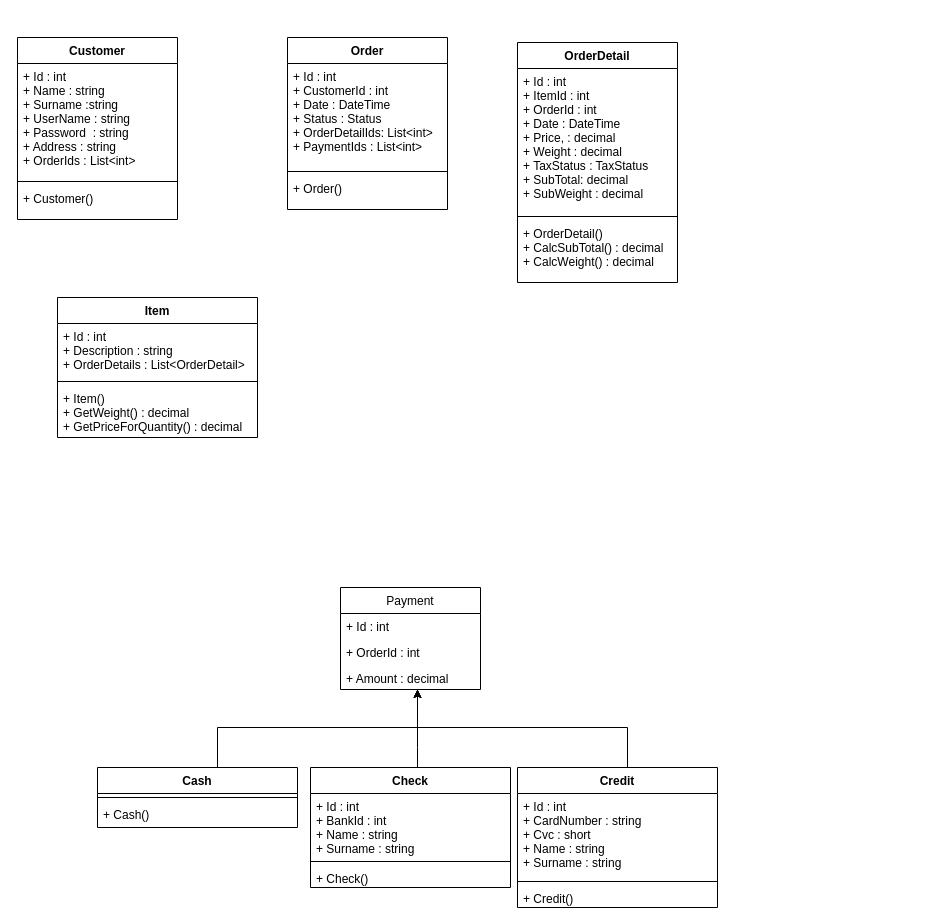
The draw.io diagram SiparisOtomasyonuDiagram.drawio in AliYildizoz909/SiparisOtomasyonu, before the edit. Source tidied: cells renumbered, new cells numbered last; positions are measured from the earlier drawing's top-left corner, leaving out a move shared by most shapes. Both pictures are drawn from the tidied source at 100%, with x=0, y=0 at pixel (17, 37).
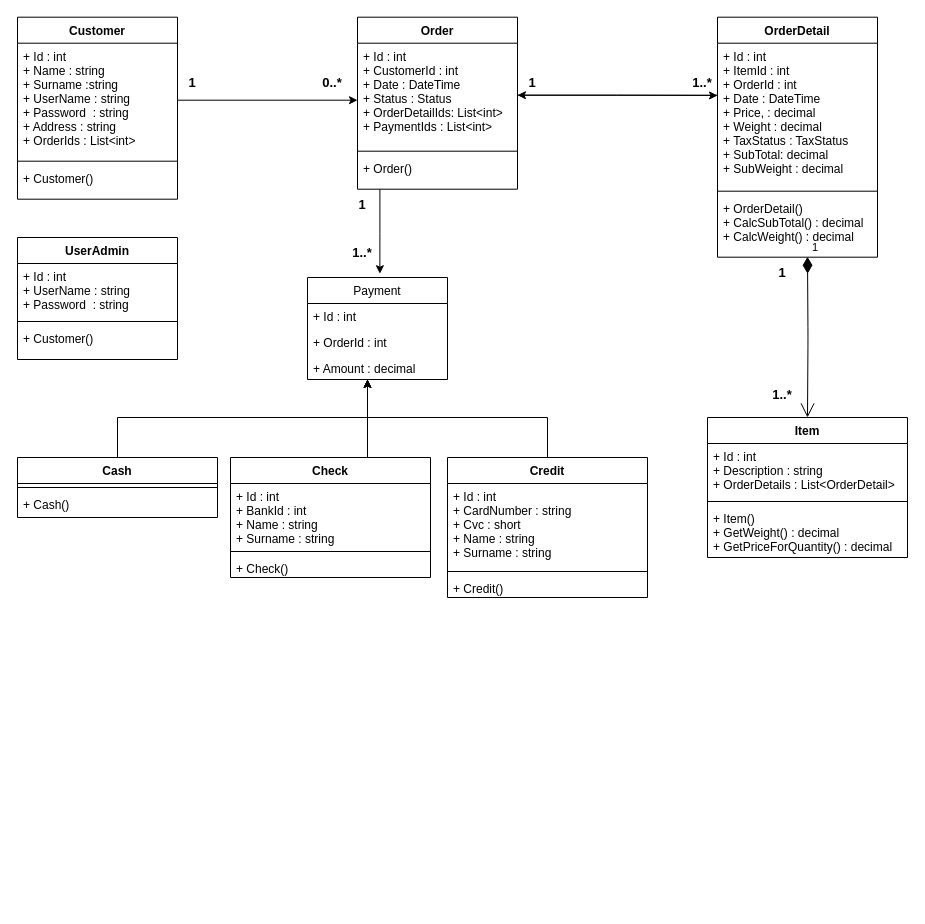
Above is the later version.

The change refers to these unchanged cells:
```xml
<mxCell id="3" value="+ Id : int&#10;+ Name : string&#10;+ Surname :string&#10;+ UserName : string&#10;+ Password  : string&#10;+ Address : string&#10;+ OrderIds : List&lt;int&gt;" style="text;strokeColor=none;fillColor=none;align=left;verticalAlign=top;spacingLeft=4;spacingRight=4;overflow=hidden;points=[[0,0.5],[1,0.5]];portConstraint=eastwest;" parent="2" vertex="1">
  <mxGeometry y="26" width="160" height="114" as="geometry" />
</mxCell>
<mxCell id="8" value="+ Id : int&#10;+ CustomerId : int&#10;+ Date : DateTime&#10;+ Status : Status&#10;+ OrderDetailIds: List&lt;int&gt;&#10;+ PaymentIds : List&lt;int&gt;" style="text;strokeColor=none;fillColor=none;align=left;verticalAlign=top;spacingLeft=4;spacingRight=4;overflow=hidden;points=[[0,0.5],[1,0.5]];portConstraint=eastwest;" parent="7" vertex="1">
  <mxGeometry y="26" width="160" height="104" as="geometry" />
</mxCell>
<mxCell id="13" value="+ Id : int&#10;+ ItemId : int&#10;+ OrderId : int&#10;+ Date : DateTime&#10;+ Price, : decimal&#10;+ Weight : decimal&#10;+ TaxStatus : TaxStatus&#10;+ SubTotal: decimal&#10;+ SubWeight : decimal" style="text;strokeColor=none;fillColor=none;align=left;verticalAlign=top;spacingLeft=4;spacingRight=4;overflow=hidden;points=[[0,0.5],[1,0.5]];portConstraint=eastwest;" parent="12" vertex="1">
  <mxGeometry y="26" width="160" height="144" as="geometry" />
</mxCell>
```

What changed in the source:
```diff
@@
     <mxCell id="2" value="Customer" style="swimlane;fontStyle=1;align=center;verticalAlign=top;horizontal=1;startSize=26;" parent="1" vertex="1">
-      <mxGeometry width="160" height="182" as="geometry" />
+      <mxGeometry y="-20.3" width="160" height="182" as="geometry" />
     </mxCell>
@@
+    <mxCell id="39" style="edgeStyle=orthogonalEdgeStyle;rounded=0;jettySize=auto;html=1;entryX=0.517;entryY=-0.037;entryDx=0;entryDy=0;entryPerimeter=0;" parent="1" edge="1" source="7" target="21">
+      <mxGeometry relative="1" as="geometry">
+        <Array as="points">
+          <mxPoint x="362" y="196" />
+        </Array>
+      </mxGeometry>
+    </mxCell>
     <mxCell id="7" value="Order" style="swimlane;fontStyle=1;align=center;verticalAlign=top;horizontal=1;startSize=26;" parent="1" vertex="1">
-      <mxGeometry x="270" width="160" height="172" as="geometry" />
+      <mxGeometry x="340" y="-20.3" width="160" height="172" as="geometry" />
     </mxCell>
@@
     <mxCell id="12" value="OrderDetail" style="swimlane;fontStyle=1;align=center;verticalAlign=top;horizontal=1;startSize=26;" parent="1" vertex="1">
-      <mxGeometry x="500" y="5" width="160" height="240" as="geometry" />
+      <mxGeometry x="700" y="-20.3" width="160" height="240" as="geometry" />
     </mxCell>
@@
-    <mxCell id="16" style="edgeStyle=orthogonalEdgeStyle;rounded=0;orthogonalLoop=1;jettySize=auto;html=1;exitX=1;exitY=0.5;exitDx=0;exitDy=0;" parent="12" edge="1" source="13" target="13">
-      <mxGeometry relative="1" as="geometry" />
-    </mxCell>
     <mxCell id="17" value="Item" style="swimlane;fontStyle=1;align=center;verticalAlign=top;horizontal=1;startSize=26;" parent="1" vertex="1">
-      <mxGeometry x="40" y="260" width="200" height="140" as="geometry" />
+      <mxGeometry x="690" y="380" width="200" height="140" as="geometry" />
     </mxCell>
@@
     <mxCell id="21" value="Payment" style="swimlane;fontStyle=0;horizontal=1;startSize=26;fillColor=none;" parent="1" vertex="1">
-      <mxGeometry x="323" y="550" width="140" height="102" as="geometry" />
+      <mxGeometry x="290" y="240" width="140" height="102" as="geometry" />
     </mxCell>
@@
     <mxCell id="25" style="edgeStyle=orthogonalEdgeStyle;rounded=0;jettySize=auto;html=1;" parent="1" edge="1" source="26" target="21">
       <mxGeometry relative="1" as="geometry">
         <Array as="points">
-          <mxPoint x="200" y="690" />
-          <mxPoint x="400" y="690" />
+          <mxPoint x="100" y="380" />
+          <mxPoint x="350" y="380" />
         </Array>
       </mxGeometry>
     </mxCell>
     <mxCell id="26" value="Cash" style="swimlane;fontStyle=1;align=center;verticalAlign=top;horizontal=1;startSize=26;" parent="1" vertex="1">
-      <mxGeometry x="80" y="730" width="200" height="60" as="geometry" />
+      <mxGeometry y="420" width="200" height="60" as="geometry" />
     </mxCell>
@@
     <mxCell id="29" style="edgeStyle=orthogonalEdgeStyle;rounded=0;jettySize=auto;html=1;" parent="1" edge="1" source="30" target="21">
       <mxGeometry relative="1" as="geometry">
         <Array as="points">
-          <mxPoint x="400" y="710" />
-          <mxPoint x="400" y="710" />
+          <mxPoint x="350" y="360" />
+          <mxPoint x="350" y="360" />
         </Array>
       </mxGeometry>
     </mxCell>
     <mxCell id="30" value="Check" style="swimlane;fontStyle=1;align=center;verticalAlign=top;horizontal=1;startSize=26;" parent="1" vertex="1">
-      <mxGeometry x="293" y="730" width="200" height="120" as="geometry" />
+      <mxGeometry x="213" y="420" width="200" height="120" as="geometry" />
     </mxCell>
@@
     <mxCell id="34" style="edgeStyle=orthogonalEdgeStyle;rounded=0;jettySize=auto;html=1;" parent="1" edge="1" source="35" target="21">
       <mxGeometry relative="1" as="geometry">
         <Array as="points">
-          <mxPoint x="610" y="690" />
-          <mxPoint x="400" y="690" />
+          <mxPoint x="530" y="380" />
+          <mxPoint x="350" y="380" />
         </Array>
       </mxGeometry>
     </mxCell>
     <mxCell id="35" value="Credit" style="swimlane;fontStyle=1;align=center;verticalAlign=top;horizontal=1;startSize=26;" parent="1" vertex="1">
-      <mxGeometry x="500" y="730" width="200" height="140" as="geometry" />
+      <mxGeometry x="430" y="420" width="200" height="140" as="geometry" />
     </mxCell>
@@
+    <mxCell id="40" value="UserAdmin" style="swimlane;fontStyle=1;align=center;verticalAlign=top;horizontal=1;startSize=26;" parent="1" vertex="1">
+      <mxGeometry y="200" width="160" height="122" as="geometry" />
+    </mxCell>
+    <mxCell id="41" value="+ Id : int&#10;+ UserName : string&#10;+ Password  : string&#10;" style="text;strokeColor=none;fillColor=none;align=left;verticalAlign=top;spacingLeft=4;spacingRight=4;overflow=hidden;" parent="40" vertex="1">
+      <mxGeometry y="26" width="160" height="54" as="geometry" />
+    </mxCell>
+    <mxCell id="42" style="line;strokeWidth=1;fillColor=none;align=left;verticalAlign=middle;spacingTop=-1;spacingLeft=3;spacingRight=3;labelPosition=right;" parent="40" vertex="1">
+      <mxGeometry y="80" width="160" height="8" as="geometry" />
+    </mxCell>
+    <mxCell id="43" value="+ Customer()" style="text;strokeColor=none;fillColor=none;align=left;verticalAlign=top;spacingLeft=4;spacingRight=4;overflow=hidden;" parent="40" vertex="1">
+      <mxGeometry y="88" width="160" height="34" as="geometry" />
+    </mxCell>
+    <mxCell id="44" style="edgeStyle=orthogonalEdgeStyle;rounded=0;jettySize=auto;html=1;entryX=0;entryY=0.548;entryDx=0;entryDy=0;entryPerimeter=0;" parent="1" edge="1" source="3" target="8">
+      <mxGeometry relative="1" as="geometry" />
+    </mxCell>
+    <mxCell id="45" style="edgeStyle=orthogonalEdgeStyle;rounded=0;jettySize=auto;html=1;entryX=1;entryY=0.5;entryDx=0;entryDy=0;" parent="1" edge="1" source="13" target="8">
+      <mxGeometry relative="1" as="geometry">
+        <Array as="points">
+          <mxPoint x="600" y="58" />
+        </Array>
+      </mxGeometry>
+    </mxCell>
+    <mxCell id="46" value="&lt;b&gt;&lt;font style=&quot;font-size: 13px&quot;&gt;1&lt;/font&gt;&lt;/b&gt;" style="text;html=1;strokeColor=none;fillColor=none;align=center;verticalAlign=middle;whiteSpace=wrap;rounded=0;" parent="1" vertex="1">
+      <mxGeometry x="170" y="40" width="10" height="10" as="geometry" />
+    </mxCell>
+    <mxCell id="47" value="&lt;b&gt;&lt;font style=&quot;font-size: 13px&quot;&gt;0..*&lt;/font&gt;&lt;/b&gt;" style="text;html=1;strokeColor=none;fillColor=none;align=center;verticalAlign=middle;whiteSpace=wrap;rounded=0;" parent="1" vertex="1">
+      <mxGeometry x="310" y="40" width="10" height="10" as="geometry" />
+    </mxCell>
+    <mxCell id="48" value="&lt;b&gt;&lt;font style=&quot;font-size: 13px&quot;&gt;1&lt;/font&gt;&lt;/b&gt;" style="text;html=1;strokeColor=none;fillColor=none;align=center;verticalAlign=middle;whiteSpace=wrap;rounded=0;" parent="1" vertex="1">
+      <mxGeometry x="510" y="40" width="10" height="10" as="geometry" />
+    </mxCell>
+    <mxCell id="49" value="&lt;b&gt;&lt;font style=&quot;font-size: 13px&quot;&gt;1..*&lt;/font&gt;&lt;/b&gt;" style="text;html=1;strokeColor=none;fillColor=none;align=center;verticalAlign=middle;whiteSpace=wrap;rounded=0;" parent="1" vertex="1">
+      <mxGeometry x="680" y="40" width="10" height="10" as="geometry" />
+    </mxCell>
+    <mxCell id="50" style="edgeStyle=orthogonalEdgeStyle;rounded=0;jettySize=auto;html=1;" parent="1" edge="1" source="8">
+      <mxGeometry relative="1" as="geometry">
+        <mxPoint x="700" y="58" as="targetPoint" />
+      </mxGeometry>
+    </mxCell>
+    <mxCell id="51" value="&lt;b&gt;&lt;font style=&quot;font-size: 13px&quot;&gt;1&lt;/font&gt;&lt;/b&gt;" style="text;html=1;strokeColor=none;fillColor=none;align=center;verticalAlign=middle;whiteSpace=wrap;rounded=0;" parent="1" vertex="1">
+      <mxGeometry x="760" y="230" width="10" height="10" as="geometry" />
+    </mxCell>
+    <mxCell id="52" value="&lt;b&gt;&lt;font style=&quot;font-size: 13px&quot;&gt;1..*&lt;/font&gt;&lt;/b&gt;" style="text;html=1;strokeColor=none;fillColor=none;align=center;verticalAlign=middle;whiteSpace=wrap;rounded=0;" parent="1" vertex="1">
+      <mxGeometry x="760" y="352" width="10" height="10" as="geometry" />
+    </mxCell>
+    <mxCell id="53" value="1" style="endArrow=open;html=1;endSize=12;startArrow=diamondThin;startSize=14;startFill=1;edgeStyle=orthogonalEdgeStyle;align=left;verticalAlign=bottom;entryX=0.5;entryY=0;entryDx=0;entryDy=0;" parent="1" edge="1" target="17">
+      <mxGeometry x="-1" y="3" relative="1" as="geometry">
+        <mxPoint x="790" y="219.3" as="sourcePoint" />
+      </mxGeometry>
+    </mxCell>
+    <mxCell id="54" value="&lt;b&gt;&lt;font style=&quot;font-size: 13px&quot;&gt;1..*&lt;/font&gt;&lt;/b&gt;" style="text;html=1;strokeColor=none;fillColor=none;align=center;verticalAlign=middle;whiteSpace=wrap;rounded=0;" parent="1" vertex="1">
+      <mxGeometry x="340" y="209.7" width="10" height="10" as="geometry" />
+    </mxCell>
+    <mxCell id="55" value="&lt;b&gt;&lt;font style=&quot;font-size: 13px&quot;&gt;1&lt;/font&gt;&lt;/b&gt;" style="text;html=1;strokeColor=none;fillColor=none;align=center;verticalAlign=middle;whiteSpace=wrap;rounded=0;" parent="1" vertex="1">
+      <mxGeometry x="340" y="161.7" width="10" height="10" as="geometry" />
+    </mxCell>
```
